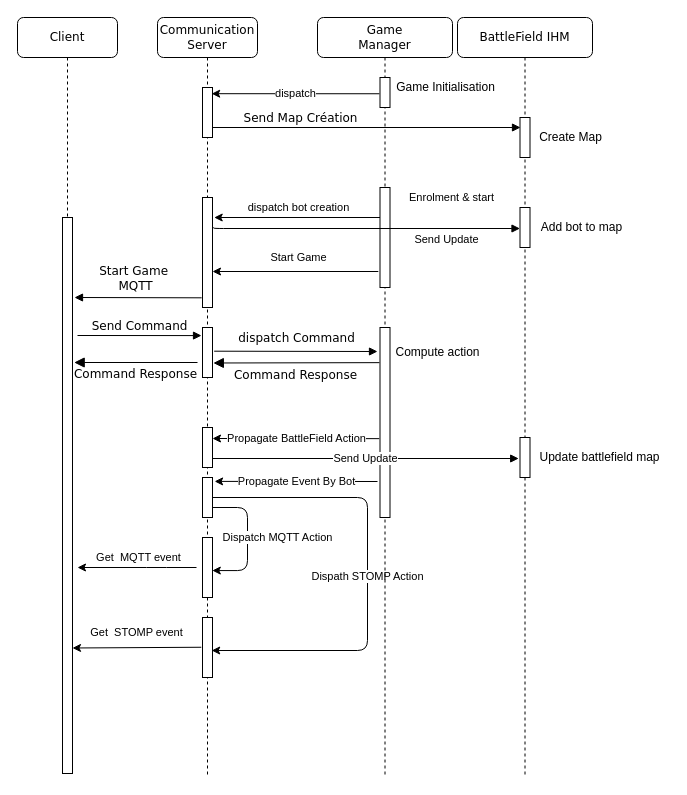
The draw.io diagram Spécifications/diag_seq/game.drawio in TalLC/battlebot, before the edit. Source tidied: cells renumbered, new cells numbered last; positions are measured from the earlier drawing's top-left corner, leaving out a move shared by most shapes. Both pictures are drawn from the tidied source at 100%, with x=0, y=0 at pixel (17, 17).
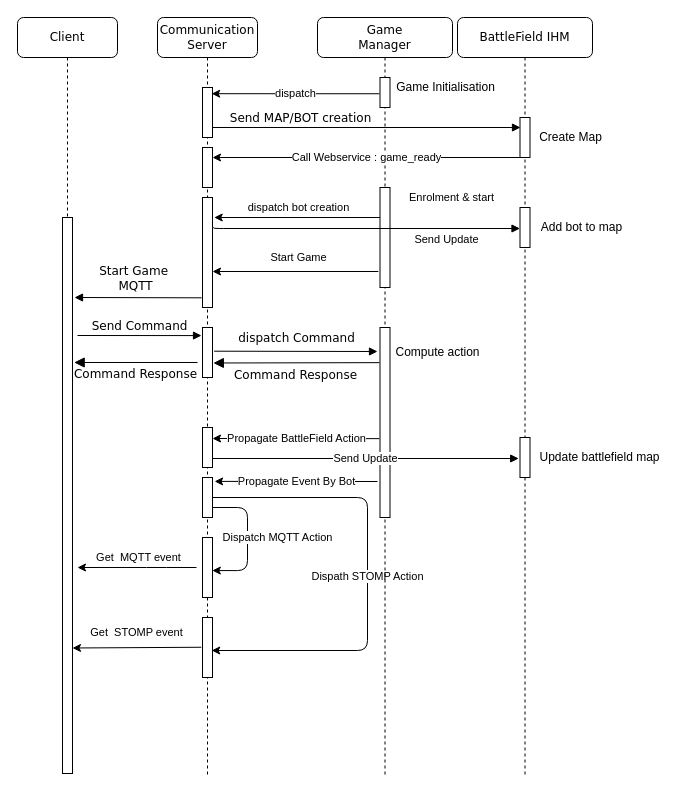
Above is the later version.

The change refers to these unchanged cells:
```xml
<mxCell id="2" value="Communication&lt;br&gt;Server" style="shape=umlLifeline;perimeter=lifelinePerimeter;whiteSpace=wrap;html=1;rounded=1;shadow=0;comic=0;labelBackgroundColor=none;strokeWidth=1;fontFamily=Verdana;fontSize=12;align=center;" parent="1" vertex="1">
  <mxGeometry x="140" width="100" height="760" as="geometry" />
</mxCell>
<mxCell id="19" style="html=1;points=[];perimeter=orthogonalPerimeter;rounded=0;shadow=0;comic=0;labelBackgroundColor=none;strokeWidth=1;fontFamily=Verdana;fontSize=12;align=center;" parent="18" vertex="1">
  <mxGeometry x="62.5" y="100" width="10" height="40" as="geometry" />
</mxCell>
```

Diff of the diagram source:
```diff
@@
-    <mxCell id="11" value="Send Map Création" style="html=1;verticalAlign=bottom;endArrow=block;labelBackgroundColor=none;fontFamily=Verdana;fontSize=12;edgeStyle=elbowEdgeStyle;elbow=vertical;" parent="2" edge="1">
+    <mxCell id="11" value="Send MAP/BOT creation" style="html=1;verticalAlign=bottom;endArrow=block;labelBackgroundColor=none;fontFamily=Verdana;fontSize=12;edgeStyle=elbowEdgeStyle;elbow=vertical;" parent="2" edge="1">
       <mxGeometry x="-0.43" relative="1" as="geometry">
         <mxPoint x="55" y="110" as="sourcePoint" />
         <mxPoint x="363" y="110" as="targetPoint" />
         <Array as="points">
           <mxPoint x="55" y="110" />
           <mxPoint x="260" y="78" />
           <mxPoint x="210" y="297" />
         </Array>
       </mxGeometry>
     </mxCell>
@@
+    <mxCell id="43" style="rounded=0;whiteSpace=wrap;html=1;" parent="2" vertex="1">
+      <mxGeometry x="45" y="130" width="10" height="40" as="geometry" />
+    </mxCell>
@@
+    <mxCell id="44" value="Call Webservice : game_ready" style="endArrow=classic;html=1;rounded=0;entryX=1;entryY=0.25;entryDx=0;entryDy=0;" parent="1" edge="1" source="19" target="43">
+      <mxGeometry relative="1" as="geometry" />
+    </mxCell>
```
